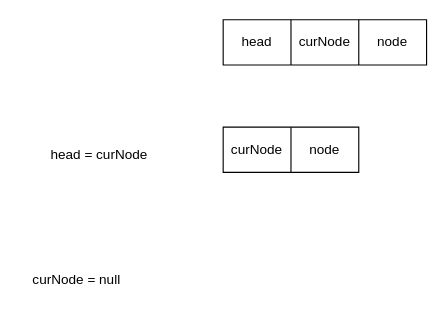
This is java_basics/未命名绘图.drawio from springcloud-boot/perfect-java, a draw.io file, before an edit. Source tidied: cells renumbered, new cells numbered last; positions are measured from the earlier drawing's top-left corner, leaving out a move shared by most shapes. Both pictures are drawn from the tidied source at 113%, with x=0, y=0 at pixel (19, 19).
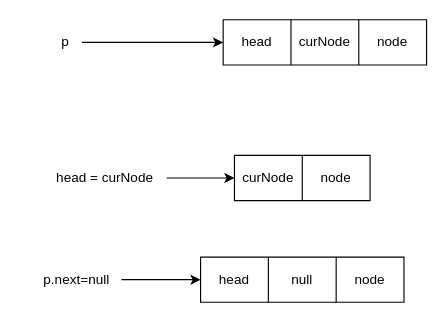
After the change.

Commit message:
更新未命名绘图.drawio

The change refers to these unchanged cells:
```xml
<mxCell id="3" style="shape=tableRow;horizontal=0;startSize=0;swimlaneHead=0;swimlaneBody=0;top=0;left=0;bottom=0;right=0;fillColor=none;points=[[0,0.5],[1,0.5]];portConstraint=eastwest;" parent="2" vertex="1">
  <mxGeometry width="180" height="40" as="geometry" />
</mxCell>
<mxCell id="9" style="shape=tableRow;horizontal=0;startSize=0;swimlaneHead=0;swimlaneBody=0;top=0;left=0;bottom=0;right=0;fillColor=none;points=[[0,0.5],[1,0.5]];portConstraint=eastwest;" parent="8" vertex="1">
  <mxGeometry width="120" height="40" as="geometry" />
</mxCell>
```

What changed in the source:
```diff
@@
+    <mxCell id="13" style="edgeStyle=orthogonalEdgeStyle;rounded=0;jettySize=auto;html=1;" parent="1" edge="1" source="7" target="9">
+      <mxGeometry relative="1" as="geometry" />
+    </mxCell>
     <mxCell id="7" value="head = curNode" style="text;html=1;align=center;verticalAlign=middle;points=[];strokeColor=none;fillColor=none;" parent="1" vertex="1">
-      <mxGeometry x="15" y="105" width="110" height="30" as="geometry" />
+      <mxGeometry x="20" y="125" width="110" height="30" as="geometry" />
     </mxCell>
     <mxCell id="8" style="shape=table;startSize=0;childLayout=tableLayout;" parent="1" vertex="1">
-      <mxGeometry x="180" y="95" width="120" height="40" as="geometry" />
+      <mxGeometry x="190" y="120" width="120" height="40" as="geometry" />
     </mxCell>
@@
+    <mxCell id="14" style="edgeStyle=orthogonalEdgeStyle;rounded=0;jettySize=auto;html=1;" parent="1" edge="1" source="12" target="18">
+      <mxGeometry relative="1" as="geometry" />
+    </mxCell>
-    <mxCell id="12" value="curNode = null" style="text;html=1;align=center;verticalAlign=middle;points=[];strokeColor=none;fillColor=none;" parent="1" vertex="1">
-      <mxGeometry y="215" width="100" height="30" as="geometry" />
+    <mxCell id="12" value="p.next=null" style="text;html=1;align=center;verticalAlign=middle;points=[];strokeColor=none;fillColor=none;" parent="1" vertex="1">
+      <mxGeometry x="10" y="215" width="80" height="30" as="geometry" />
     </mxCell>
+    <mxCell id="15" style="edgeStyle=orthogonalEdgeStyle;rounded=0;jettySize=auto;html=1;" parent="1" edge="1" source="16" target="3">
+      <mxGeometry relative="1" as="geometry" />
+    </mxCell>
+    <mxCell id="16" value="p" style="text;html=1;align=center;verticalAlign=middle;points=[];strokeColor=none;fillColor=none;" parent="1" vertex="1">
+      <mxGeometry x="25" y="5" width="30" height="30" as="geometry" />
+    </mxCell>
+    <mxCell id="17" style="shape=table;startSize=0;childLayout=tableLayout;" parent="1" vertex="1">
+      <mxGeometry x="160" y="210" width="180" height="40" as="geometry" />
+    </mxCell>
+    <mxCell id="18" style="shape=tableRow;horizontal=0;startSize=0;swimlaneHead=0;swimlaneBody=0;top=0;left=0;bottom=0;right=0;fillColor=none;points=[[0,0.5],[1,0.5]];portConstraint=eastwest;" parent="17" vertex="1">
+      <mxGeometry width="180" height="40" as="geometry" />
+    </mxCell>
+    <mxCell id="19" value="head" style="shape=partialRectangle;html=1;whiteSpace=wrap;overflow=hidden;fillColor=none;top=0;left=0;bottom=0;right=0;" parent="18" vertex="1">
+      <mxGeometry width="60" height="40" as="geometry" />
+    </mxCell>
+    <mxCell id="20" value="null" style="shape=partialRectangle;html=1;whiteSpace=wrap;overflow=hidden;fillColor=none;top=0;left=0;bottom=0;right=0;" parent="18" vertex="1">
+      <mxGeometry x="60" width="60" height="40" as="geometry" />
+    </mxCell>
+    <mxCell id="21" value="node" style="shape=partialRectangle;html=1;whiteSpace=wrap;overflow=hidden;fillColor=none;top=0;left=0;bottom=0;right=0;" parent="18" vertex="1">
+      <mxGeometry x="120" width="60" height="40" as="geometry" />
+    </mxCell>
```
